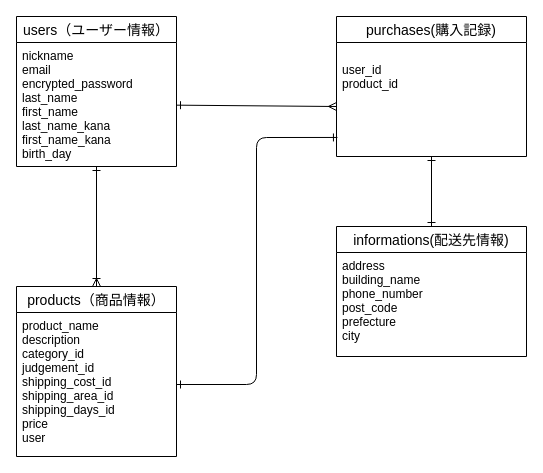
This is furimaDB.dio from Taketai/furima-35685, a draw.io file, before an edit. Source tidied: cells renumbered, new cells numbered last; positions are measured from the earlier drawing's top-left corner, leaving out a move shared by most shapes. Both pictures are drawn from the tidied source at 100%, with x=0, y=0 at pixel (16, 16).
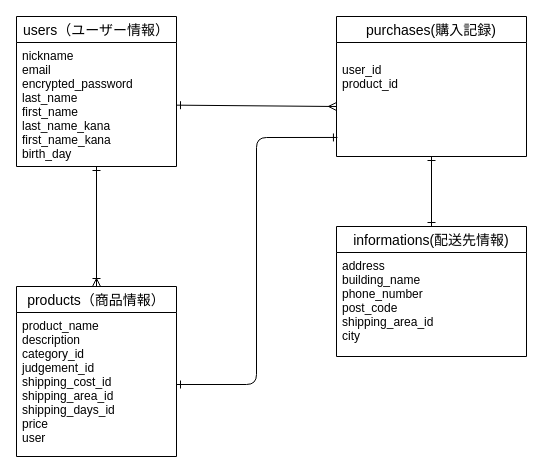
The same diagram, later.

Commit message (it also covers changes not shown here):
データベース設計修正5

What changed in the source:
```diff
@@
 <mxGraphModel>
   <root>
     <mxCell id="0" />
     <mxCell id="1" parent="0" />
     <mxCell id="2" value="users（ユーザー情報）" style="swimlane;fontStyle=0;horizontal=1;startSize=26;align=center;fontSize=14;" parent="1" vertex="1">
       <mxGeometry width="160" height="150" as="geometry" />
     </mxCell>
     <mxCell id="3" value="nickname&#10;email&#10;encrypted_password&#10;last_name&#10;first_name&#10;last_name_kana&#10;first_name_kana&#10;birth_day&#10;" style="text;strokeColor=none;fillColor=none;spacingLeft=4;spacingRight=4;overflow=hidden;points=[[0,0.5],[1,0.5]];portConstraint=eastwest;fontSize=12;" parent="2" vertex="1">
       <mxGeometry y="26" width="160" height="124" as="geometry" />
     </mxCell>
     <mxCell id="4" value="purchases(購入記録)" style="swimlane;fontStyle=0;horizontal=1;startSize=26;align=center;fontSize=14;" parent="1" vertex="1">
       <mxGeometry x="320" width="190" height="140" as="geometry" />
     </mxCell>
     <mxCell id="5" value="&#10;user_id&#10;product_id" style="text;strokeColor=none;fillColor=none;spacingLeft=4;spacingRight=4;overflow=hidden;points=[[0,0.5],[1,0.5]];portConstraint=eastwest;fontSize=12;" parent="4" vertex="1">
       <mxGeometry y="26" width="190" height="114" as="geometry" />
     </mxCell>
     <mxCell id="6" value="products（商品情報）" style="swimlane;fontStyle=0;horizontal=1;startSize=26;align=center;fontSize=14;" parent="1" vertex="1">
       <mxGeometry y="270" width="160" height="170" as="geometry" />
     </mxCell>
     <mxCell id="7" value="product_name&#10;description&#10;category_id&#10;judgement_id&#10;shipping_cost_id&#10;shipping_area_id&#10;shipping_days_id&#10;price&#10;user" style="text;strokeColor=none;fillColor=none;spacingLeft=4;spacingRight=4;overflow=hidden;points=[[0,0.5],[1,0.5]];portConstraint=eastwest;fontSize=12;" parent="6" vertex="1">
       <mxGeometry y="26" width="160" height="144" as="geometry" />
     </mxCell>
     <mxCell id="8" style="fontSize=12;html=1;endArrow=ERoneToMany;entryX=0.5;entryY=0;entryDx=0;entryDy=0;startArrow=ERone;startFill=0;" parent="1" edge="1" source="3" target="6">
       <mxGeometry relative="1" as="geometry" />
     </mxCell>
     <mxCell id="9" style="fontSize=12;html=1;endArrow=ERmany;startArrow=ERone;startFill=0;endFill=0;" parent="1" edge="1" source="3">
       <mxGeometry relative="1" as="geometry">
         <mxPoint x="320" y="90" as="targetPoint" />
       </mxGeometry>
     </mxCell>
     <mxCell id="10" value="informations(配送先情報)" style="swimlane;fontStyle=0;horizontal=1;startSize=26;align=center;fontSize=14;" parent="1" vertex="1">
       <mxGeometry x="320" y="210" width="190" height="130" as="geometry" />
     </mxCell>
-    <mxCell id="11" value="address&#10;building_name&#10;phone_number&#10;post_code&#10;prefecture&#10;city" style="text;strokeColor=none;fillColor=none;spacingLeft=4;spacingRight=4;overflow=hidden;fontSize=12;" parent="10" vertex="1">
+    <mxCell id="11" value="address&#10;building_name&#10;phone_number&#10;post_code&#10;shipping_area_id&#10;city" style="text;strokeColor=none;fillColor=none;spacingLeft=4;spacingRight=4;overflow=hidden;fontSize=12;" parent="10" vertex="1">
       <mxGeometry y="26" width="190" height="104" as="geometry" />
     </mxCell>
     <mxCell id="12" style="fontSize=12;html=1;endArrow=ERone;endFill=1;startArrow=ERone;startFill=0;" parent="1" edge="1" source="10">
       <mxGeometry relative="1" as="geometry">
         <mxPoint x="415" y="140" as="targetPoint" />
       </mxGeometry>
     </mxCell>
     <mxCell id="13" style="fontSize=12;html=1;endArrow=ERone;startArrow=ERone;edgeStyle=orthogonalEdgeStyle;entryX=0.005;entryY=0.833;entryDx=0;entryDy=0;entryPerimeter=0;startFill=0;endFill=0;" parent="1" edge="1" source="7" target="5">
       <mxGeometry relative="1" as="geometry" />
     </mxCell>
   </root>
 </mxGraphModel>
```
